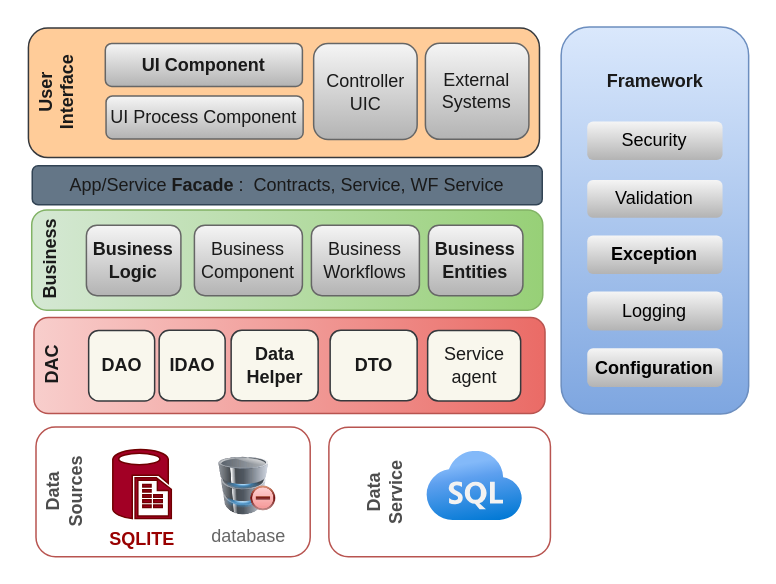
The draw.io diagram design/DArqui.dio in AlejandroTTD/Chapter-Connect-Library, before the edit. Source tidied: cells renumbered, new cells numbered last; positions are measured from the earlier drawing's top-left corner, leaving out a move shared by most shapes. Both pictures are drawn from the tidied source at 150%, with x=0, y=0 at pixel (32, -164).
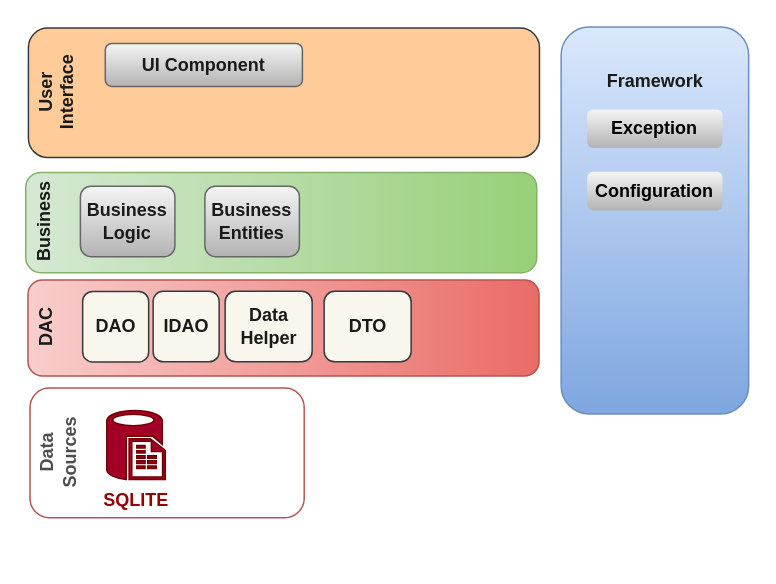
After the change.

What changed in the source:
```diff
@@
     <mxCell id="2" value="&lt;font color=&quot;#1a1a1a&quot;&gt;&lt;b&gt;DAC&lt;br&gt;&lt;br&gt;&lt;br&gt;&lt;br&gt;&lt;br&gt;&lt;br&gt;&lt;br&gt;&lt;br&gt;&lt;br&gt;&lt;br&gt;&lt;br&gt;&lt;br&gt;&lt;br&gt;&lt;br&gt;&lt;br&gt;&lt;br&gt;&lt;br&gt;&lt;br&gt;&lt;br&gt;&lt;br&gt;&lt;br&gt;&lt;br&gt;&lt;/b&gt;&lt;br&gt;&lt;/font&gt;" style="rounded=1;whiteSpace=wrap;html=1;fillColor=#f8cecc;strokeColor=#b85450;rotation=-90;gradientColor=#ea6b66;" parent="1" vertex="1">
-      <mxGeometry x="139.5" y="181.8" width="64" height="340.7" as="geometry" />
+      <mxGeometry x="135.5" y="156.8" width="64" height="340.7" as="geometry" />
     </mxCell>
     <mxCell id="3" value="&lt;font color=&quot;#1a1a1a&quot;&gt;&lt;b&gt;DAO&lt;/b&gt;&lt;br&gt;&lt;/font&gt;" style="rounded=1;whiteSpace=wrap;html=1;fillColor=#f9f7ed;strokeColor=#36393d;" parent="1" vertex="1">
-      <mxGeometry x="37.6" y="328.8" width="44" height="47" as="geometry" />
+      <mxGeometry x="33.6" y="302.8" width="44" height="47" as="geometry" />
     </mxCell>
     <mxCell id="4" value="&lt;font color=&quot;#1a1a1a&quot;&gt;&lt;b&gt;Data Helper&lt;/b&gt;&lt;br&gt;&lt;/font&gt;" style="rounded=1;whiteSpace=wrap;html=1;fillColor=#f9f7ed;strokeColor=#36393d;" parent="1" vertex="1">
-      <mxGeometry x="132.6" y="328.7" width="58" height="47" as="geometry" />
+      <mxGeometry x="128.6" y="302.7" width="58" height="47" as="geometry" />
     </mxCell>
-    <mxCell id="5" value="&lt;font color=&quot;#1a1a1a&quot;&gt;Service agent&lt;br&gt;&lt;/font&gt;" style="rounded=1;whiteSpace=wrap;html=1;fillColor=#f9f7ed;strokeColor=#36393d;" parent="1" vertex="1">
-      <mxGeometry x="263.6" y="328.8" width="62" height="47" as="geometry" />
-    </mxCell>
@@
-    <mxCell id="7" value="&lt;span style=&quot;&quot;&gt;&lt;font color=&quot;#000000&quot;&gt;Validation&lt;/font&gt;&lt;/span&gt;" style="rounded=1;whiteSpace=wrap;html=1;fillColor=#f5f5f5;strokeColor=none;gradientColor=#b3b3b3;" parent="1" vertex="1">
-      <mxGeometry x="370" y="228.5" width="90.2" height="25.1" as="geometry" />
-    </mxCell>
-    <mxCell id="8" value="&lt;span style=&quot;&quot;&gt;&lt;font color=&quot;#000000&quot;&gt;Security&lt;/font&gt;&lt;/span&gt;" style="rounded=1;whiteSpace=wrap;html=1;fillColor=#f5f5f5;strokeColor=none;gradientColor=#b3b3b3;" parent="1" vertex="1">
-      <mxGeometry x="370" y="189.5" width="90.2" height="25.7" as="geometry" />
-    </mxCell>
-    <mxCell id="9" value="&lt;span style=&quot;&quot;&gt;&lt;font color=&quot;#000000&quot;&gt;Logging&lt;/font&gt;&lt;/span&gt;" style="rounded=1;whiteSpace=wrap;html=1;fillColor=#f5f5f5;strokeColor=none;gradientColor=#b3b3b3;" parent="1" vertex="1">
-      <mxGeometry x="370" y="302.8" width="90.2" height="26" as="geometry" />
-    </mxCell>
     <mxCell id="10" value="&lt;span style=&quot;&quot;&gt;&lt;font color=&quot;#000000&quot;&gt;&lt;b&gt;Exception&lt;/b&gt;&lt;/font&gt;&lt;/span&gt;" style="rounded=1;whiteSpace=wrap;html=1;fillColor=#f5f5f5;strokeColor=none;gradientColor=#b3b3b3;" parent="1" vertex="1">
-      <mxGeometry x="370" y="265.5" width="90.2" height="25.6" as="geometry" />
+      <mxGeometry x="370" y="181.5" width="90.2" height="25.6" as="geometry" />
     </mxCell>
     <mxCell id="11" value="&lt;div style=&quot;&quot;&gt;&lt;font color=&quot;#000000&quot;&gt;&lt;b&gt;Configuration&lt;/b&gt;&lt;/font&gt;&lt;/div&gt;" style="rounded=1;whiteSpace=wrap;html=1;fillColor=#f5f5f5;strokeColor=none;gradientColor=#b3b3b3;" parent="1" vertex="1">
-      <mxGeometry x="370" y="340.7" width="90.2" height="25.8" as="geometry" />
+      <mxGeometry x="370" y="223" width="90.2" height="25.8" as="geometry" />
     </mxCell>
     <mxCell id="12" value="&lt;font color=&quot;#1a1a1a&quot;&gt;&lt;b&gt;Business&lt;br&gt;&lt;br&gt;&lt;br&gt;&lt;br&gt;&lt;br&gt;&lt;br&gt;&lt;br&gt;&lt;br&gt;&lt;br&gt;&lt;br&gt;&lt;br&gt;&lt;br&gt;&lt;br&gt;&lt;br&gt;&lt;br&gt;&lt;br&gt;&lt;br&gt;&lt;br&gt;&lt;br&gt;&lt;br&gt;&lt;br&gt;&lt;br&gt;&lt;/b&gt;&lt;br&gt;&lt;/font&gt;" style="rounded=1;whiteSpace=wrap;html=1;fillColor=#d5e8d4;strokeColor=#82b366;rotation=-90;gradientColor=#97d077;" parent="1" vertex="1">
-      <mxGeometry x="136.6" y="111.5" width="66.8" height="340.7" as="geometry" />
+      <mxGeometry x="132.6" y="86.5" width="66.8" height="340.7" as="geometry" />
     </mxCell>
     <mxCell id="13" value="&lt;span style=&quot;color: rgb(26, 26, 26);&quot;&gt;&lt;b&gt;Business Logic&lt;/b&gt;&lt;/span&gt;" style="rounded=1;whiteSpace=wrap;html=1;fillColor=#f5f5f5;strokeColor=#666666;gradientColor=#b3b3b3;" parent="1" vertex="1">
-      <mxGeometry x="36.1" y="258.6" width="63" height="47" as="geometry" />
+      <mxGeometry x="32.1" y="232.6" width="63" height="47" as="geometry" />
     </mxCell>
     <mxCell id="14" value="&lt;font color=&quot;#1a1a1a&quot;&gt;&lt;b&gt;Business Entities&lt;/b&gt;&lt;/font&gt;" style="rounded=1;whiteSpace=wrap;html=1;fillColor=#f5f5f5;strokeColor=#666666;gradientColor=#b3b3b3;" parent="1" vertex="1">
-      <mxGeometry x="264.1" y="258.6" width="63" height="47" as="geometry" />
+      <mxGeometry x="115.1" y="232.6" width="63" height="47" as="geometry" />
     </mxCell>
-    <mxCell id="15" value="&lt;font color=&quot;#1a1a1a&quot;&gt;Business Component&lt;/font&gt;" style="rounded=1;whiteSpace=wrap;html=1;fillColor=#f5f5f5;strokeColor=#666666;gradientColor=#b3b3b3;" parent="1" vertex="1">
-      <mxGeometry x="108.1" y="258.6" width="72" height="47" as="geometry" />
-    </mxCell>
-    <mxCell id="16" value="&lt;font color=&quot;#1a1a1a&quot;&gt;Business Workflows&lt;/font&gt;" style="rounded=1;whiteSpace=wrap;html=1;fillColor=#f5f5f5;strokeColor=#666666;gradientColor=#b3b3b3;" parent="1" vertex="1">
-      <mxGeometry x="186.1" y="258.6" width="72" height="47" as="geometry" />
-    </mxCell>
-    <mxCell id="17" value="&lt;font color=&quot;#1a1a1a&quot;&gt;App/Service &lt;b&gt;Facade &lt;/b&gt;:&amp;nbsp; Contracts, Service, WF Service&lt;/font&gt;" style="rounded=1;whiteSpace=wrap;html=1;fillColor=#647687;strokeColor=#314354;fontColor=#ffffff;" parent="1" vertex="1">
-      <mxGeometry y="219" width="340" height="26" as="geometry" />
-    </mxCell>
     <mxCell id="18" value="&lt;b style=&quot;&quot;&gt;&lt;font color=&quot;#4d4d4d&quot;&gt;Data&lt;br&gt;Sources&lt;br&gt;&lt;br&gt;&lt;br&gt;&lt;br&gt;&lt;br&gt;&lt;br&gt;&lt;br&gt;&lt;br&gt;&lt;br&gt;&lt;br&gt;&lt;/font&gt;&lt;br&gt;&lt;/b&gt;" style="rounded=1;whiteSpace=wrap;html=1;fillColor=none;strokeColor=#b85450;rotation=-90;gradientColor=#ea6b66;" parent="1" vertex="1">
-      <mxGeometry x="50.7" y="345" width="86.4" height="182.8" as="geometry" />
+      <mxGeometry x="46.7" y="319" width="86.4" height="182.8" as="geometry" />
     </mxCell>
-    <mxCell id="19" value="&lt;b style=&quot;&quot;&gt;&lt;font color=&quot;#4d4d4d&quot;&gt;Data&lt;br&gt;Service&lt;br&gt;&lt;br&gt;&lt;br&gt;&lt;br&gt;&lt;br&gt;&lt;/font&gt;&lt;br&gt;&lt;/b&gt;" style="rounded=1;whiteSpace=wrap;html=1;fillColor=none;strokeColor=#b85450;rotation=-90;gradientColor=#ea6b66;" parent="1" vertex="1">
-      <mxGeometry x="228.4" y="362.6" width="86.4" height="147.7" as="geometry" />
-    </mxCell>
@@
-    <mxCell id="21" value="&lt;span style=&quot;color: rgb(26, 26, 26);&quot;&gt;UI Process Component&lt;/span&gt;" style="rounded=1;whiteSpace=wrap;html=1;fillColor=#f5f5f5;strokeColor=#666666;gradientColor=#b3b3b3;" parent="1" vertex="1">
-      <mxGeometry x="49.2" y="172.5" width="131.4" height="28.6" as="geometry" />
-    </mxCell>
@@
-    <mxCell id="23" value="&lt;span style=&quot;color: rgb(26, 26, 26);&quot;&gt;Controller&lt;br&gt;UIC&lt;br&gt;&lt;/span&gt;" style="rounded=1;whiteSpace=wrap;html=1;fillColor=#f5f5f5;strokeColor=#666666;gradientColor=#b3b3b3;" parent="1" vertex="1">
-      <mxGeometry x="187.6" y="137.5" width="69" height="64" as="geometry" />
-    </mxCell>
-    <mxCell id="24" value="&lt;span style=&quot;color: rgb(26, 26, 26);&quot;&gt;External&lt;br&gt;Systems&lt;br&gt;&lt;/span&gt;" style="rounded=1;whiteSpace=wrap;html=1;fillColor=#f5f5f5;strokeColor=#666666;gradientColor=#b3b3b3;" parent="1" vertex="1">
-      <mxGeometry x="262.1" y="137.4" width="69" height="64" as="geometry" />
-    </mxCell>
     <mxCell id="25" value="&lt;b&gt;&lt;font color=&quot;#990000&quot;&gt;SQLITE&lt;/font&gt;&lt;/b&gt;" style="verticalLabelPosition=bottom;html=1;verticalAlign=top;align=center;strokeColor=#6F0000;fillColor=#a20025;shape=mxgraph.azure.sql_reporting;fontColor=#ffffff;" parent="1" vertex="1">
-      <mxGeometry x="53.7" y="408.2" width="39" height="46" as="geometry" />
+      <mxGeometry x="49.7" y="382.2" width="39" height="46" as="geometry" />
     </mxCell>
-    <mxCell id="26" value="&lt;font color=&quot;#666666&quot;&gt;database&lt;/font&gt;" style="image;html=1;image=img/lib/clip_art/computers/Database_Minus_128x128.png;strokeColor=default;fontColor=#FFFFFF;fillColor=none;" parent="1" vertex="1">
-      <mxGeometry x="124.6" y="412.9" width="38" height="39.3" as="geometry" />
-    </mxCell>
-    <mxCell id="27" style="html=1;align=center;image;fontSize=12;image=img/lib/azure2/databases/Azure_SQL.svg;strokeColor=default;fontColor=#FFFFFF;fillColor=none;" parent="1" vertex="1">
-      <mxGeometry x="263.1" y="409.6" width="64" height="46" as="geometry" />
-    </mxCell>
     <mxCell id="28" value="&lt;font color=&quot;#1a1a1a&quot;&gt;&lt;b&gt;DTO&lt;/b&gt;&lt;br&gt;&lt;/font&gt;" style="rounded=1;whiteSpace=wrap;html=1;fillColor=#f9f7ed;strokeColor=#36393d;" parent="1" vertex="1">
-      <mxGeometry x="198.6" y="328.7" width="58" height="47" as="geometry" />
+      <mxGeometry x="194.6" y="302.7" width="58" height="47" as="geometry" />
     </mxCell>
     <mxCell id="29" value="&lt;font color=&quot;#1a1a1a&quot;&gt;&lt;b&gt;IDAO&lt;/b&gt;&lt;br&gt;&lt;/font&gt;" style="rounded=1;whiteSpace=wrap;html=1;fillColor=#f9f7ed;strokeColor=#36393d;" parent="1" vertex="1">
-      <mxGeometry x="84.6" y="328.7" width="44" height="47" as="geometry" />
+      <mxGeometry x="80.6" y="302.7" width="44" height="47" as="geometry" />
     </mxCell>
```
